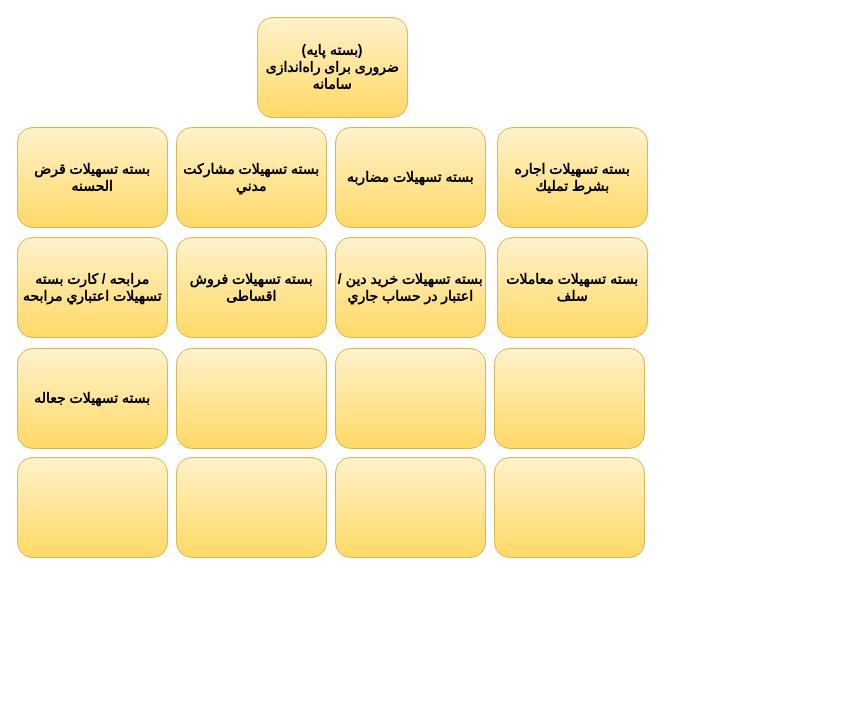
saeidmaleki/Facility keeps this draw.io diagram as page "بسته های پیشنهادی" (3 of 6) of param.drawio. Above is the earlier version. Source tidied: cells renumbered, new cells numbered last; positions are measured from the earlier drawing's top-left corner, leaving out a move shared by most shapes. Both pictures are drawn from the tidied source at 100%, with x=0, y=0 at pixel (17, 17).
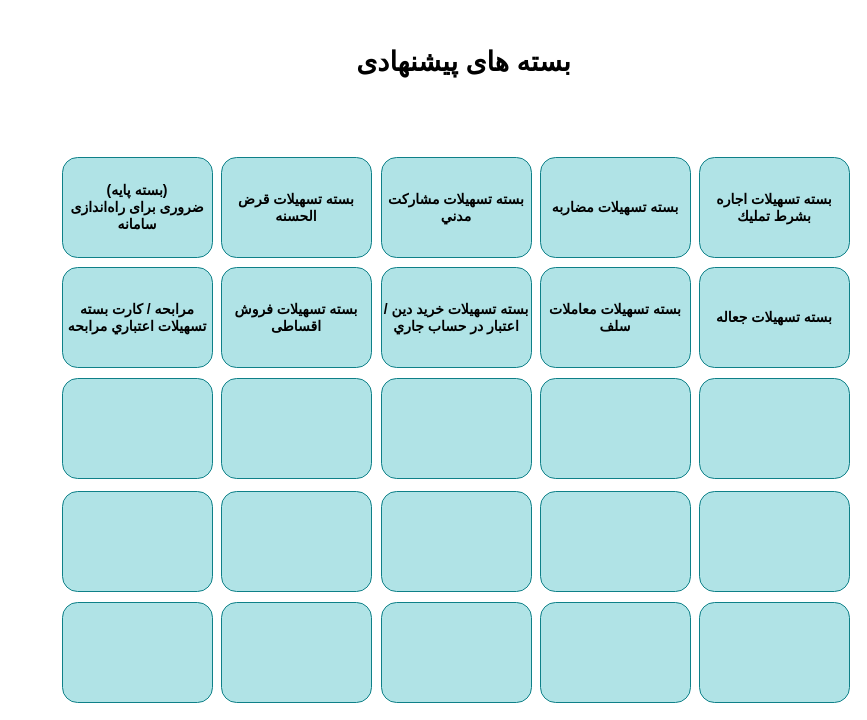
Above is the later version.

The edit, as a diff of the source:
```diff
@@
-    <mxCell id="2" value="بسته تسهیلات&amp;nbsp;مشاركت مدني" style="shape=ext;rounded=1;html=1;whiteSpace=wrap;shadow=0;glass=0;labelBackgroundColor=none;fillColor=#fff2cc;strokeColor=#d6b656;fontStyle=1;fontSize=14;gradientColor=#ffd966;" parent="1" vertex="1">
-      <mxGeometry x="159" y="110" width="150" height="100" as="geometry" />
+    <mxCell id="2" value="بسته تسهیلات&amp;nbsp;مشاركت مدني" style="shape=ext;rounded=1;html=1;whiteSpace=wrap;shadow=0;glass=0;labelBackgroundColor=none;fillColor=#b0e3e6;fontStyle=1;fontSize=14;strokeColor=#0e8088;" parent="1" vertex="1">
+      <mxGeometry x="364" y="140" width="150" height="100" as="geometry" />
     </mxCell>
-    <mxCell id="3" value="بسته تسهیلات&amp;nbsp;مضاربه" style="shape=ext;rounded=1;html=1;whiteSpace=wrap;shadow=0;glass=0;labelBackgroundColor=none;fillColor=#fff2cc;strokeColor=#d6b656;fontStyle=1;fontSize=14;gradientColor=#ffd966;" parent="1" vertex="1">
-      <mxGeometry x="318" y="110" width="150" height="100" as="geometry" />
+    <mxCell id="3" value="بسته تسهیلات&amp;nbsp;مضاربه" style="shape=ext;rounded=1;html=1;whiteSpace=wrap;shadow=0;glass=0;labelBackgroundColor=none;fillColor=#b0e3e6;fontStyle=1;fontSize=14;strokeColor=#0e8088;" parent="1" vertex="1">
+      <mxGeometry x="523" y="140" width="150" height="100" as="geometry" />
     </mxCell>
-    <mxCell id="4" value="بسته تسهیلات&amp;nbsp;فروش اقساطی" style="shape=ext;rounded=1;html=1;whiteSpace=wrap;shadow=0;glass=0;labelBackgroundColor=none;fillColor=#fff2cc;strokeColor=#d6b656;fontStyle=1;fontSize=14;gradientColor=#ffd966;" parent="1" vertex="1">
-      <mxGeometry x="159" y="220" width="150" height="100" as="geometry" />
+    <mxCell id="4" value="بسته تسهیلات&amp;nbsp;فروش اقساطی" style="shape=ext;rounded=1;html=1;whiteSpace=wrap;shadow=0;glass=0;labelBackgroundColor=none;fillColor=#b0e3e6;fontStyle=1;fontSize=14;strokeColor=#0e8088;" parent="1" vertex="1">
+      <mxGeometry x="204" y="250" width="150" height="100" as="geometry" />
     </mxCell>
-    <mxCell id="5" value="مرابحه / کارت بسته تسهیلات&amp;nbsp;اعتباري مرابحه" style="shape=ext;rounded=1;html=1;whiteSpace=wrap;shadow=0;glass=0;labelBackgroundColor=none;fillColor=#fff2cc;strokeColor=#d6b656;fontStyle=1;fontSize=14;gradientColor=#ffd966;" parent="1" vertex="1">
-      <mxGeometry y="220" width="150" height="100" as="geometry" />
+    <mxCell id="5" value="مرابحه / کارت بسته تسهیلات&amp;nbsp;اعتباري مرابحه" style="shape=ext;rounded=1;html=1;whiteSpace=wrap;shadow=0;glass=0;labelBackgroundColor=none;fillColor=#b0e3e6;fontStyle=1;fontSize=14;strokeColor=#0e8088;" parent="1" vertex="1">
+      <mxGeometry x="45" y="250" width="150" height="100" as="geometry" />
     </mxCell>
-    <mxCell id="6" value="بسته تسهیلات&amp;nbsp;معاملات سلف" style="shape=ext;rounded=1;html=1;whiteSpace=wrap;shadow=0;glass=0;labelBackgroundColor=none;fillColor=#fff2cc;strokeColor=#d6b656;fontStyle=1;fontSize=14;gradientColor=#ffd966;" parent="1" vertex="1">
-      <mxGeometry x="480" y="220" width="150" height="100" as="geometry" />
+    <mxCell id="6" value="بسته تسهیلات&amp;nbsp;معاملات سلف" style="shape=ext;rounded=1;html=1;whiteSpace=wrap;shadow=0;glass=0;labelBackgroundColor=none;fillColor=#b0e3e6;fontStyle=1;fontSize=14;strokeColor=#0e8088;" parent="1" vertex="1">
+      <mxGeometry x="523" y="250" width="150" height="100" as="geometry" />
     </mxCell>
-    <mxCell id="7" value="بسته تسهیلات&amp;nbsp;جعاله" style="shape=ext;rounded=1;html=1;whiteSpace=wrap;shadow=0;glass=0;labelBackgroundColor=none;fillColor=#fff2cc;strokeColor=#d6b656;fontStyle=1;fontSize=14;gradientColor=#ffd966;" parent="1" vertex="1">
-      <mxGeometry y="331" width="150" height="100" as="geometry" />
+    <mxCell id="7" value="بسته تسهیلات&amp;nbsp;جعاله" style="shape=ext;rounded=1;html=1;whiteSpace=wrap;shadow=0;glass=0;labelBackgroundColor=none;fillColor=#b0e3e6;fontStyle=1;fontSize=14;strokeColor=#0e8088;" parent="1" vertex="1">
+      <mxGeometry x="682" y="250" width="150" height="100" as="geometry" />
     </mxCell>
-    <mxCell id="8" value="بسته تسهیلات&amp;nbsp;قرض الحسنه" style="shape=ext;rounded=1;html=1;whiteSpace=wrap;shadow=0;glass=0;labelBackgroundColor=none;fillColor=#fff2cc;strokeColor=#d6b656;fontStyle=1;fontSize=14;gradientColor=#ffd966;" parent="1" vertex="1">
-      <mxGeometry y="110" width="150" height="100" as="geometry" />
+    <mxCell id="8" value="بسته تسهیلات&amp;nbsp;قرض الحسنه" style="shape=ext;rounded=1;html=1;whiteSpace=wrap;shadow=0;glass=0;labelBackgroundColor=none;fillColor=#b0e3e6;fontStyle=1;fontSize=14;strokeColor=#0e8088;" parent="1" vertex="1">
+      <mxGeometry x="204" y="140" width="150" height="100" as="geometry" />
     </mxCell>
-    <mxCell id="9" value="بسته تسهیلات&amp;nbsp;اجاره بشرط تمليك" style="shape=ext;rounded=1;html=1;whiteSpace=wrap;shadow=0;glass=0;labelBackgroundColor=none;fillColor=#fff2cc;strokeColor=#d6b656;fontStyle=1;fontSize=14;gradientColor=#ffd966;" parent="1" vertex="1">
-      <mxGeometry x="480" y="110" width="150" height="100" as="geometry" />
+    <mxCell id="9" value="بسته تسهیلات&amp;nbsp;اجاره بشرط تمليك" style="shape=ext;rounded=1;html=1;whiteSpace=wrap;shadow=0;glass=0;labelBackgroundColor=none;fillColor=#b0e3e6;fontStyle=1;fontSize=14;strokeColor=#0e8088;" parent="1" vertex="1">
+      <mxGeometry x="682" y="140" width="150" height="100" as="geometry" />
     </mxCell>
-    <mxCell id="10" value="بسته تسهیلات&amp;nbsp;خريد دين / اعتبار در حساب جاري" style="shape=ext;rounded=1;html=1;whiteSpace=wrap;shadow=0;glass=0;labelBackgroundColor=none;fillColor=#fff2cc;strokeColor=#d6b656;fontStyle=1;fontSize=14;gradientColor=#ffd966;" parent="1" vertex="1">
-      <mxGeometry x="318" y="220" width="150" height="100" as="geometry" />
+    <mxCell id="10" value="بسته تسهیلات&amp;nbsp;خريد دين / اعتبار در حساب جاري" style="shape=ext;rounded=1;html=1;whiteSpace=wrap;shadow=0;glass=0;labelBackgroundColor=none;fillColor=#b0e3e6;fontStyle=1;fontSize=14;strokeColor=#0e8088;" parent="1" vertex="1">
+      <mxGeometry x="364" y="250" width="150" height="100" as="geometry" />
     </mxCell>
-    <mxCell id="11" value="(بسته پایه)&lt;div&gt;ضروری برای راه‌اندازی سامانه&lt;/div&gt;" style="shape=ext;rounded=1;html=1;whiteSpace=wrap;shadow=0;glass=0;labelBackgroundColor=none;fillColor=#fff2cc;strokeColor=#d6b656;fontStyle=1;fontSize=14;gradientColor=#ffd966;" parent="1" vertex="1">
-      <mxGeometry x="240" width="150" height="100" as="geometry" />
+    <mxCell id="11" value="(بسته پایه)&lt;div&gt;ضروری برای راه‌اندازی سامانه&lt;/div&gt;" style="shape=ext;rounded=1;html=1;whiteSpace=wrap;shadow=0;glass=0;labelBackgroundColor=none;fillColor=#b0e3e6;fontStyle=1;fontSize=14;strokeColor=#0e8088;" parent="1" vertex="1">
+      <mxGeometry x="45" y="140" width="150" height="100" as="geometry" />
     </mxCell>
-    <mxCell id="12" style="shape=ext;rounded=1;html=1;whiteSpace=wrap;shadow=0;glass=0;labelBackgroundColor=none;fillColor=#fff2cc;strokeColor=#d6b656;fontStyle=1;fontSize=14;gradientColor=#ffd966;" parent="1" vertex="1">
-      <mxGeometry x="159" y="331" width="150" height="100" as="geometry" />
+    <mxCell id="12" style="shape=ext;rounded=1;html=1;whiteSpace=wrap;shadow=0;glass=0;labelBackgroundColor=none;fillColor=#b0e3e6;fontStyle=1;fontSize=14;strokeColor=#0e8088;" parent="1" vertex="1">
+      <mxGeometry x="204" y="361" width="150" height="100" as="geometry" />
     </mxCell>
-    <mxCell id="13" style="shape=ext;rounded=1;html=1;whiteSpace=wrap;shadow=0;glass=0;labelBackgroundColor=none;fillColor=#fff2cc;strokeColor=#d6b656;fontStyle=1;fontSize=14;gradientColor=#ffd966;" parent="1" vertex="1">
-      <mxGeometry x="477" y="331" width="150" height="100" as="geometry" />
+    <mxCell id="13" style="shape=ext;rounded=1;html=1;whiteSpace=wrap;shadow=0;glass=0;labelBackgroundColor=none;fillColor=#b0e3e6;fontStyle=1;fontSize=14;strokeColor=#0e8088;" parent="1" vertex="1">
+      <mxGeometry x="523" y="361" width="150" height="100" as="geometry" />
     </mxCell>
-    <mxCell id="14" style="shape=ext;rounded=1;html=1;whiteSpace=wrap;shadow=0;glass=0;labelBackgroundColor=none;fillColor=#fff2cc;strokeColor=#d6b656;fontStyle=1;fontSize=14;gradientColor=#ffd966;" parent="1" vertex="1">
-      <mxGeometry x="318" y="331" width="150" height="100" as="geometry" />
+    <mxCell id="14" style="shape=ext;rounded=1;html=1;whiteSpace=wrap;shadow=0;glass=0;labelBackgroundColor=none;fillColor=#b0e3e6;fontStyle=1;fontSize=14;strokeColor=#0e8088;" parent="1" vertex="1">
+      <mxGeometry x="364" y="361" width="150" height="100" as="geometry" />
     </mxCell>
-    <mxCell id="15" style="shape=ext;rounded=1;html=1;whiteSpace=wrap;shadow=0;glass=0;labelBackgroundColor=none;fillColor=#fff2cc;strokeColor=#d6b656;fontStyle=1;fontSize=14;gradientColor=#ffd966;" parent="1" vertex="1">
-      <mxGeometry y="440" width="150" height="100" as="geometry" />
+    <mxCell id="15" style="shape=ext;rounded=1;html=1;whiteSpace=wrap;shadow=0;glass=0;labelBackgroundColor=none;fillColor=#b0e3e6;fontStyle=1;fontSize=14;strokeColor=#0e8088;" parent="1" vertex="1">
+      <mxGeometry x="45" y="361" width="150" height="100" as="geometry" />
     </mxCell>
-    <mxCell id="16" style="shape=ext;rounded=1;html=1;whiteSpace=wrap;shadow=0;glass=0;labelBackgroundColor=none;fillColor=#fff2cc;strokeColor=#d6b656;fontStyle=1;fontSize=14;gradientColor=#ffd966;" parent="1" vertex="1">
-      <mxGeometry x="159" y="440" width="150" height="100" as="geometry" />
+    <mxCell id="16" style="shape=ext;rounded=1;html=1;whiteSpace=wrap;shadow=0;glass=0;labelBackgroundColor=none;fillColor=#b0e3e6;fontStyle=1;fontSize=14;strokeColor=#0e8088;" parent="1" vertex="1">
+      <mxGeometry x="45" y="474" width="150" height="100" as="geometry" />
     </mxCell>
-    <mxCell id="17" style="shape=ext;rounded=1;html=1;whiteSpace=wrap;shadow=0;glass=0;labelBackgroundColor=none;fillColor=#fff2cc;strokeColor=#d6b656;fontStyle=1;fontSize=14;gradientColor=#ffd966;" parent="1" vertex="1">
-      <mxGeometry x="318" y="440" width="150" height="100" as="geometry" />
+    <mxCell id="17" style="shape=ext;rounded=1;html=1;whiteSpace=wrap;shadow=0;glass=0;labelBackgroundColor=none;fillColor=#b0e3e6;fontStyle=1;fontSize=14;strokeColor=#0e8088;" parent="1" vertex="1">
+      <mxGeometry x="204" y="474" width="150" height="100" as="geometry" />
     </mxCell>
-    <mxCell id="18" style="shape=ext;rounded=1;html=1;whiteSpace=wrap;shadow=0;glass=0;labelBackgroundColor=none;fillColor=#fff2cc;strokeColor=#d6b656;fontStyle=1;fontSize=14;gradientColor=#ffd966;" parent="1" vertex="1">
-      <mxGeometry x="477" y="440" width="150" height="100" as="geometry" />
+    <mxCell id="18" style="shape=ext;rounded=1;html=1;whiteSpace=wrap;shadow=0;glass=0;labelBackgroundColor=none;fillColor=#b0e3e6;fontStyle=1;fontSize=14;strokeColor=#0e8088;" parent="1" vertex="1">
+      <mxGeometry x="682" y="361" width="150" height="100" as="geometry" />
     </mxCell>
+    <mxCell id="19" value="بسته های پیشنهادی" style="text;strokeColor=none;fillColor=none;html=1;fontSize=27;fontStyle=1;verticalAlign=middle;align=center;" parent="1" vertex="1">
+      <mxGeometry x="333" y="10" width="225" height="70" as="geometry" />
+    </mxCell>
+    <mxCell id="20" style="shape=ext;rounded=1;html=1;whiteSpace=wrap;shadow=0;glass=0;labelBackgroundColor=none;fillColor=#b0e3e6;fontStyle=1;fontSize=14;strokeColor=#0e8088;" parent="1" vertex="1">
+      <mxGeometry x="364" y="474" width="150" height="100" as="geometry" />
+    </mxCell>
+    <mxCell id="21" style="shape=ext;rounded=1;html=1;whiteSpace=wrap;shadow=0;glass=0;labelBackgroundColor=none;fillColor=#b0e3e6;fontStyle=1;fontSize=14;strokeColor=#0e8088;" parent="1" vertex="1">
+      <mxGeometry x="523" y="474" width="150" height="100" as="geometry" />
+    </mxCell>
+    <mxCell id="22" style="shape=ext;rounded=1;html=1;whiteSpace=wrap;shadow=0;glass=0;labelBackgroundColor=none;fillColor=#b0e3e6;fontStyle=1;fontSize=14;strokeColor=#0e8088;" parent="1" vertex="1">
+      <mxGeometry x="682" y="474" width="150" height="100" as="geometry" />
+    </mxCell>
+    <mxCell id="23" style="shape=ext;rounded=1;html=1;whiteSpace=wrap;shadow=0;glass=0;labelBackgroundColor=none;fillColor=#b0e3e6;fontStyle=1;fontSize=14;strokeColor=#0e8088;" parent="1" vertex="1">
+      <mxGeometry x="45" y="585" width="150" height="100" as="geometry" />
+    </mxCell>
+    <mxCell id="24" style="shape=ext;rounded=1;html=1;whiteSpace=wrap;shadow=0;glass=0;labelBackgroundColor=none;fillColor=#b0e3e6;fontStyle=1;fontSize=14;strokeColor=#0e8088;" parent="1" vertex="1">
+      <mxGeometry x="204" y="585" width="150" height="100" as="geometry" />
+    </mxCell>
+    <mxCell id="25" style="shape=ext;rounded=1;html=1;whiteSpace=wrap;shadow=0;glass=0;labelBackgroundColor=none;fillColor=#b0e3e6;fontStyle=1;fontSize=14;strokeColor=#0e8088;" parent="1" vertex="1">
+      <mxGeometry x="364" y="585" width="150" height="100" as="geometry" />
+    </mxCell>
+    <mxCell id="26" style="shape=ext;rounded=1;html=1;whiteSpace=wrap;shadow=0;glass=0;labelBackgroundColor=none;fillColor=#b0e3e6;fontStyle=1;fontSize=14;strokeColor=#0e8088;" parent="1" vertex="1">
+      <mxGeometry x="523" y="585" width="150" height="100" as="geometry" />
+    </mxCell>
+    <mxCell id="27" style="shape=ext;rounded=1;html=1;whiteSpace=wrap;shadow=0;glass=0;labelBackgroundColor=none;fillColor=#b0e3e6;fontStyle=1;fontSize=14;strokeColor=#0e8088;" parent="1" vertex="1">
+      <mxGeometry x="682" y="585" width="150" height="100" as="geometry" />
+    </mxCell>
```
